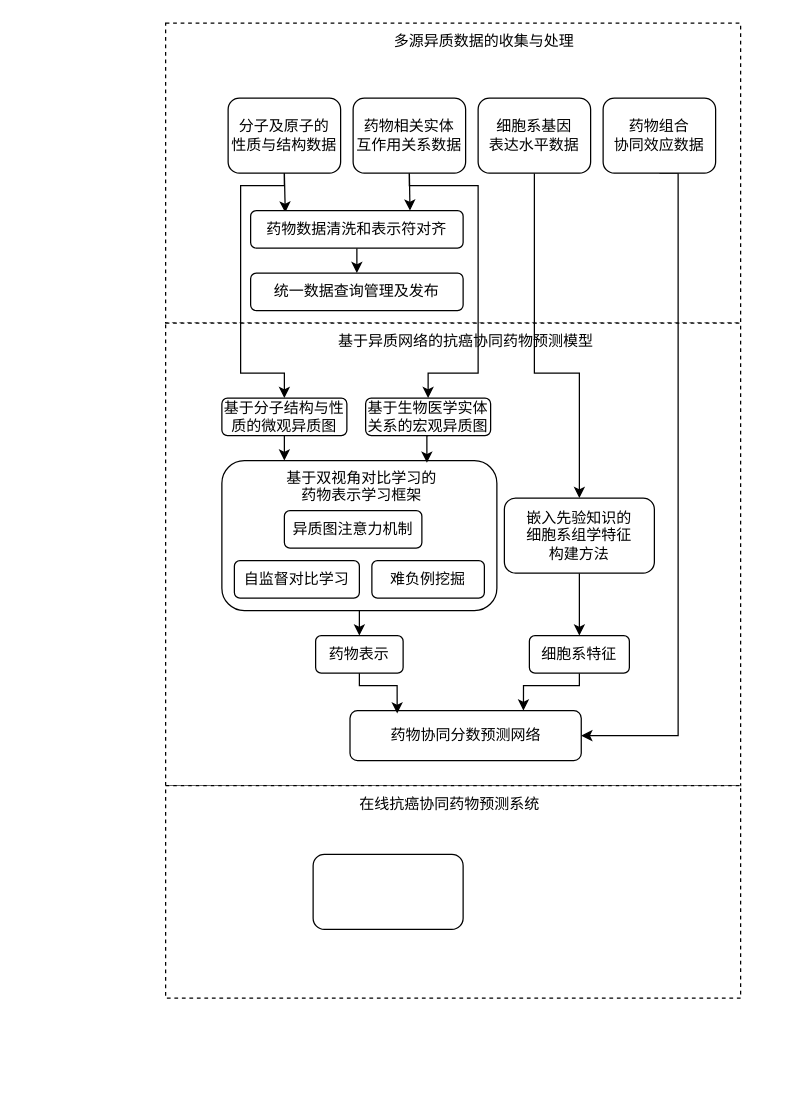
This is 总体框架.drawio from herobrine1010/HetBiSyn, a draw.io file, before an edit. Source tidied: cells renumbered, new cells numbered last; positions are measured from the earlier drawing's top-left corner, leaving out a move shared by most shapes. Both pictures are drawn from the tidied source at 125%, with x=0, y=0 at pixel (165, 22).
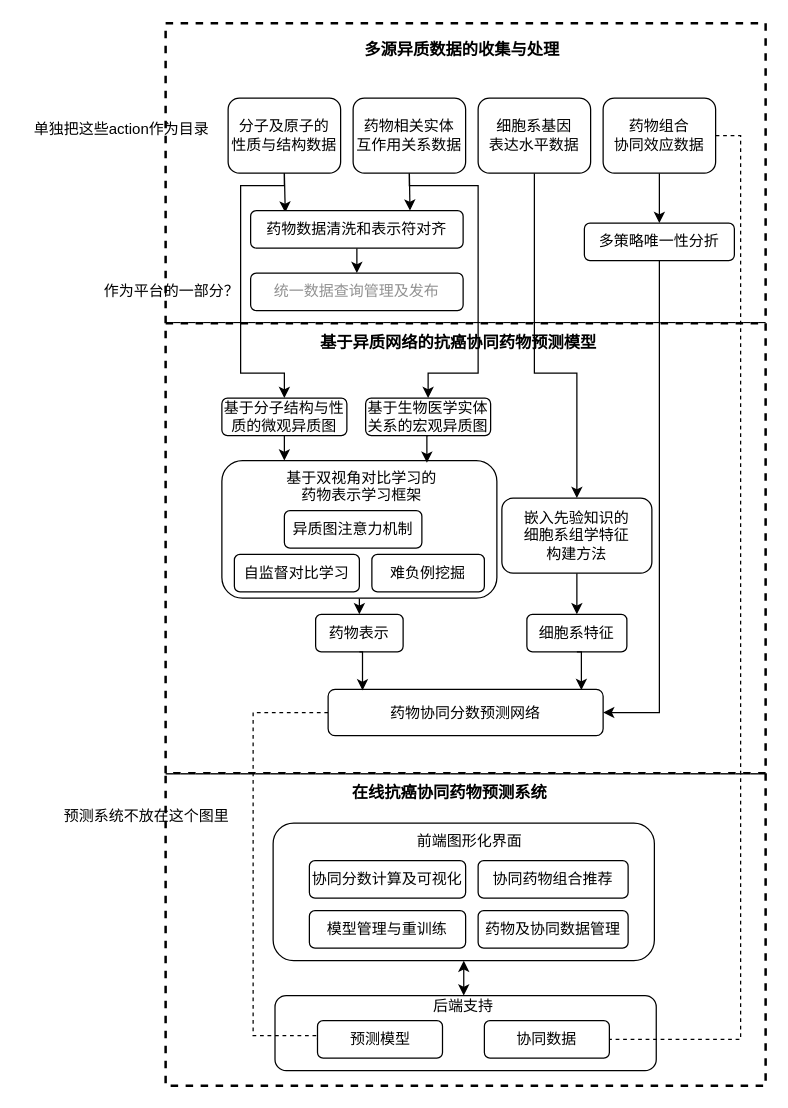
The same page after the edit.

Commit message:
更新总体框架.drawio

Unchanged cells that the change refers to:
```xml
<mxCell id="22" value="细胞系基因&lt;div&gt;表达水平数据&lt;/div&gt;" style="rounded=1;whiteSpace=wrap;html=1;" parent="1" vertex="1">
  <mxGeometry x="250" y="60" width="90" height="60" as="geometry" />
</mxCell>
<mxCell id="24" value="药物组合&lt;div&gt;协同&lt;span style=&quot;background-color: initial;&quot;&gt;效应数据&lt;/span&gt;&lt;/div&gt;" style="rounded=1;whiteSpace=wrap;html=1;" parent="1" vertex="1">
  <mxGeometry x="350" y="60" width="90" height="60" as="geometry" />
</mxCell>
```

What changed in the source:
```diff
@@
+    <mxCell id="36" style="rounded=0;whiteSpace=wrap;html=1;dashed=1;strokeWidth=2;" parent="1" vertex="1">
+      <mxGeometry y="600" width="480" height="250" as="geometry" />
+    </mxCell>
+    <mxCell id="39" style="rounded=1;whiteSpace=wrap;html=1;" parent="1" vertex="1">
+      <mxGeometry x="87.5" y="778" width="305" height="60" as="geometry" />
+    </mxCell>
-    <mxCell id="2" style="rounded=0;whiteSpace=wrap;html=1;dashed=1;" parent="1" vertex="1">
-      <mxGeometry width="460" height="240" as="geometry" />
+    <mxCell id="2" style="rounded=0;whiteSpace=wrap;html=1;dashed=1;strokeWidth=2;strokeColor=default;" parent="1" vertex="1">
+      <mxGeometry width="480" height="240" as="geometry" />
     </mxCell>
-    <mxCell id="3" value="多源异质数据的收集与处理" style="text;html=1;align=center;verticalAlign=middle;whiteSpace=wrap;rounded=0;" parent="1" vertex="1">
-      <mxGeometry x="180" width="150" height="30" as="geometry" />
+    <mxCell id="3" value="多源异质数据的收集与处理" style="text;html=1;align=center;verticalAlign=middle;whiteSpace=wrap;rounded=0;fontStyle=1;fontSize=13;" parent="1" vertex="1">
+      <mxGeometry x="150" y="6" width="175" height="30" as="geometry" />
     </mxCell>
-    <mxCell id="4" style="rounded=0;whiteSpace=wrap;html=1;dashed=1;" parent="1" vertex="1">
-      <mxGeometry y="240" width="460" height="370" as="geometry" />
+    <mxCell id="4" style="rounded=0;whiteSpace=wrap;html=1;dashed=1;strokeWidth=2;" parent="1" vertex="1">
+      <mxGeometry y="240" width="480" height="360" as="geometry" />
     </mxCell>
-    <mxCell id="5" value="基于异质网络的抗癌协同药物预测模型" style="text;html=1;align=center;verticalAlign=middle;whiteSpace=wrap;rounded=0;" parent="1" vertex="1">
-      <mxGeometry x="134.5" y="240" width="211" height="30" as="geometry" />
+    <mxCell id="5" value="基于异质网络的抗癌协同药物预测模型" style="text;html=1;align=center;verticalAlign=middle;whiteSpace=wrap;rounded=0;fontStyle=1;fontSize=13;" parent="1" vertex="1">
+      <mxGeometry x="119" y="240" width="231" height="30" as="geometry" />
     </mxCell>
@@
     <mxCell id="7" style="rounded=1;whiteSpace=wrap;html=1;" parent="1" vertex="1">
-      <mxGeometry x="45" y="350" width="220" height="120" as="geometry" />
+      <mxGeometry x="45" y="350" width="220" height="110" as="geometry" />
     </mxCell>
@@
     <mxCell id="13" value="自监督对比学习" style="rounded=1;whiteSpace=wrap;html=1;" parent="1" vertex="1">
-      <mxGeometry x="55" y="430" width="100" height="30" as="geometry" />
+      <mxGeometry x="55" y="425" width="100" height="30" as="geometry" />
     </mxCell>
     <mxCell id="14" value="难负例挖掘" style="rounded=1;whiteSpace=wrap;html=1;" parent="1" vertex="1">
-      <mxGeometry x="165" y="430" width="90" height="30" as="geometry" />
+      <mxGeometry x="165" y="425" width="90" height="30" as="geometry" />
     </mxCell>
     <mxCell id="15" value="药物表示" style="rounded=1;whiteSpace=wrap;html=1;" parent="1" vertex="1">
-      <mxGeometry x="120" y="490" width="70" height="30" as="geometry" />
+      <mxGeometry x="120" y="473" width="70" height="30" as="geometry" />
     </mxCell>
@@
     <mxCell id="21" style="edgeStyle=orthogonalEdgeStyle;rounded=0;jettySize=auto;html=1;exitX=0.5;exitY=1;exitDx=0;exitDy=0;entryX=0.5;entryY=0;entryDx=0;entryDy=0;" parent="1" edge="1" source="22" target="33">
       <mxGeometry relative="1" as="geometry">
         <Array as="points">
           <mxPoint x="295" y="280" />
-          <mxPoint x="331" y="280" />
+          <mxPoint x="329" y="280" />
         </Array>
       </mxGeometry>
     </mxCell>
@@
-    <mxCell id="23" style="edgeStyle=orthogonalEdgeStyle;rounded=0;jettySize=auto;html=1;exitX=0.5;exitY=1;exitDx=0;exitDy=0;entryX=1;entryY=0.5;entryDx=0;entryDy=0;" parent="1" edge="1" source="24" target="34">
-      <mxGeometry relative="1" as="geometry">
-        <Array as="points">
-          <mxPoint x="410" y="120" />
-          <mxPoint x="410" y="570" />
-        </Array>
-      </mxGeometry>
-    </mxCell>
+    <mxCell id="40" style="edgeStyle=orthogonalEdgeStyle;rounded=0;jettySize=auto;html=1;exitX=0.5;exitY=1;exitDx=0;exitDy=0;entryX=0.5;entryY=0;entryDx=0;entryDy=0;" parent="1" edge="1" source="24" target="44">
+      <mxGeometry relative="1" as="geometry" />
+    </mxCell>
+    <mxCell id="41" style="edgeStyle=orthogonalEdgeStyle;rounded=0;jettySize=auto;html=1;exitX=1;exitY=0.5;exitDx=0;exitDy=0;entryX=1;entryY=0.5;entryDx=0;entryDy=0;startArrow=none;startFill=0;endArrow=none;endFill=0;dashed=1;" parent="1" edge="1" source="24" target="45">
+      <mxGeometry relative="1" as="geometry">
+        <Array as="points">
+          <mxPoint x="460" y="90" />
+          <mxPoint x="460" y="813" />
+        </Array>
+      </mxGeometry>
+    </mxCell>
@@
-    <mxCell id="27" value="统一数据查询管理及发布" style="rounded=1;whiteSpace=wrap;html=1;" parent="1" vertex="1">
+    <mxCell id="27" value="&lt;font color=&quot;#919191&quot;&gt;统一数据查询管理及发布&lt;/font&gt;" style="rounded=1;whiteSpace=wrap;html=1;" parent="1" vertex="1">
       <mxGeometry x="68" y="200" width="170" height="30" as="geometry" />
     </mxCell>
@@
-    <mxCell id="30" style="edgeStyle=orthogonalEdgeStyle;rounded=0;jettySize=auto;html=1;exitX=0.5;exitY=1;exitDx=0;exitDy=0;entryX=0.75;entryY=0;entryDx=0;entryDy=0;" parent="1" edge="1" source="31" target="34">
-      <mxGeometry relative="1" as="geometry">
-        <Array as="points">
-          <mxPoint x="331" y="530" />
-          <mxPoint x="286" y="530" />
-        </Array>
-      </mxGeometry>
-    </mxCell>
     <mxCell id="31" value="细胞系特征" style="rounded=1;whiteSpace=wrap;html=1;" parent="1" vertex="1">
-      <mxGeometry x="291" y="490" width="80" height="30" as="geometry" />
+      <mxGeometry x="289" y="473" width="80" height="30" as="geometry" />
     </mxCell>
@@
     <mxCell id="33" value="嵌入先验知识的&lt;div&gt;细胞系组学特征&lt;/div&gt;&lt;div&gt;构建方法&lt;/div&gt;" style="rounded=1;whiteSpace=wrap;html=1;" parent="1" vertex="1">
-      <mxGeometry x="271" y="380" width="120" height="60" as="geometry" />
+      <mxGeometry x="269" y="380" width="120" height="60" as="geometry" />
     </mxCell>
+    <mxCell id="42" style="edgeStyle=orthogonalEdgeStyle;rounded=0;jettySize=auto;html=1;exitX=0;exitY=0.5;exitDx=0;exitDy=0;entryX=0;entryY=0.5;entryDx=0;entryDy=0;endArrow=none;endFill=0;dashed=1;" parent="1" edge="1" source="34" target="38">
+      <mxGeometry relative="1" as="geometry">
+        <Array as="points">
+          <mxPoint x="70" y="551" />
+          <mxPoint x="70" y="810" />
+          <mxPoint x="121" y="810" />
+        </Array>
+      </mxGeometry>
+    </mxCell>
     <mxCell id="34" value="药物协同分数预测网络" style="rounded=1;whiteSpace=wrap;html=1;" parent="1" vertex="1">
-      <mxGeometry x="147.5" y="550" width="185" height="40" as="geometry" />
+      <mxGeometry x="130" y="533" width="220" height="37" as="geometry" />
     </mxCell>
-    <mxCell id="35" style="edgeStyle=orthogonalEdgeStyle;rounded=0;jettySize=auto;html=1;exitX=0.5;exitY=1;exitDx=0;exitDy=0;entryX=0.204;entryY=0.056;entryDx=0;entryDy=0;entryPerimeter=0;" parent="1" edge="1" source="15" target="34">
-      <mxGeometry relative="1" as="geometry">
-        <Array as="points">
-          <mxPoint x="155" y="530" />
-          <mxPoint x="185" y="530" />
-        </Array>
-      </mxGeometry>
-    </mxCell>
-    <mxCell id="36" style="rounded=0;whiteSpace=wrap;html=1;dashed=1;" parent="1" vertex="1">
-      <mxGeometry y="610" width="460" height="170" as="geometry" />
-    </mxCell>
-    <mxCell id="37" value="在线抗癌协同药物预测系统" style="text;html=1;align=center;verticalAlign=middle;whiteSpace=wrap;rounded=0;" parent="1" vertex="1">
-      <mxGeometry x="121.5" y="610" width="211" height="30" as="geometry" />
+    <mxCell id="37" value="在线抗癌协同药物预测系统" style="text;html=1;align=center;verticalAlign=middle;whiteSpace=wrap;rounded=0;fontStyle=1;fontSize=13;" parent="1" vertex="1">
+      <mxGeometry x="121.5" y="600" width="211" height="30" as="geometry" />
     </mxCell>
-    <mxCell id="38" style="rounded=1;whiteSpace=wrap;html=1;" parent="1" vertex="1">
-      <mxGeometry x="118" y="665" width="120" height="60" as="geometry" />
+    <mxCell id="38" value="预测模型" style="rounded=1;whiteSpace=wrap;html=1;" parent="1" vertex="1">
+      <mxGeometry x="121.5" y="798" width="100" height="30" as="geometry" />
     </mxCell>
+    <mxCell id="43" style="edgeStyle=orthogonalEdgeStyle;rounded=0;jettySize=auto;html=1;exitX=0.5;exitY=1;exitDx=0;exitDy=0;entryX=1;entryY=0.5;entryDx=0;entryDy=0;" parent="1" edge="1" source="44" target="34">
+      <mxGeometry relative="1" as="geometry" />
+    </mxCell>
+    <mxCell id="44" value="多策略唯一性分折" style="rounded=1;whiteSpace=wrap;html=1;" parent="1" vertex="1">
+      <mxGeometry x="335" y="160" width="120" height="30" as="geometry" />
+    </mxCell>
+    <mxCell id="35" style="edgeStyle=orthogonalEdgeStyle;rounded=0;jettySize=auto;html=1;exitX=0.5;exitY=1;exitDx=0;exitDy=0;entryX=0.125;entryY=0.022;entryDx=0;entryDy=0;entryPerimeter=0;" parent="1" edge="1" source="15" target="34">
+      <mxGeometry relative="1" as="geometry" />
+    </mxCell>
+    <mxCell id="30" style="edgeStyle=orthogonalEdgeStyle;rounded=0;jettySize=auto;html=1;exitX=0.5;exitY=1;exitDx=0;exitDy=0;entryX=0.921;entryY=0.016;entryDx=0;entryDy=0;entryPerimeter=0;" parent="1" edge="1" source="31" target="34">
+      <mxGeometry relative="1" as="geometry" />
+    </mxCell>
+    <mxCell id="45" value="协同数据" style="rounded=1;whiteSpace=wrap;html=1;" parent="1" vertex="1">
+      <mxGeometry x="255" y="798" width="100" height="30" as="geometry" />
+    </mxCell>
+    <mxCell id="46" style="rounded=1;whiteSpace=wrap;html=1;" parent="1" vertex="1">
+      <mxGeometry x="86" y="640" width="305" height="110" as="geometry" />
+    </mxCell>
+    <mxCell id="47" value="协同分数计算及可视化" style="rounded=1;whiteSpace=wrap;html=1;" parent="1" vertex="1">
+      <mxGeometry x="115" y="670" width="125" height="30" as="geometry" />
+    </mxCell>
+    <mxCell id="48" value="协同药物组合推荐" style="rounded=1;whiteSpace=wrap;html=1;" parent="1" vertex="1">
+      <mxGeometry x="250" y="670" width="120" height="30" as="geometry" />
+    </mxCell>
+    <mxCell id="49" value="模型管理与重训练" style="rounded=1;whiteSpace=wrap;html=1;" parent="1" vertex="1">
+      <mxGeometry x="115" y="710" width="125" height="30" as="geometry" />
+    </mxCell>
+    <mxCell id="50" value="药物及协同数据管理" style="rounded=1;whiteSpace=wrap;html=1;" parent="1" vertex="1">
+      <mxGeometry x="250" y="710" width="120" height="30" as="geometry" />
+    </mxCell>
+    <mxCell id="51" value="前端图形化界面" style="text;html=1;align=center;verticalAlign=middle;whiteSpace=wrap;rounded=0;" parent="1" vertex="1">
+      <mxGeometry x="137.5" y="640" width="211" height="30" as="geometry" />
+    </mxCell>
+    <mxCell id="52" value="后端支持" style="text;html=1;align=center;verticalAlign=middle;whiteSpace=wrap;rounded=0;" parent="1" vertex="1">
+      <mxGeometry x="133" y="772" width="211" height="30" as="geometry" />
+    </mxCell>
+    <mxCell id="53" style="edgeStyle=orthogonalEdgeStyle;rounded=0;jettySize=auto;html=1;exitX=0.5;exitY=1;exitDx=0;exitDy=0;entryX=0.5;entryY=0.2;entryDx=0;entryDy=0;entryPerimeter=0;startArrow=classic;startFill=1;" parent="1" edge="1" source="46" target="52">
+      <mxGeometry relative="1" as="geometry" />
+    </mxCell>
+    <mxCell id="54" value="单独把这些action作为目录" style="text;html=1;align=center;verticalAlign=middle;whiteSpace=wrap;rounded=0;" parent="1" vertex="1">
+      <mxGeometry x="-115" y="70" width="160" height="30" as="geometry" />
+    </mxCell>
+    <mxCell id="55" value="作为平台的一部分？" style="text;html=1;align=center;verticalAlign=middle;whiteSpace=wrap;rounded=0;" parent="1" vertex="1">
+      <mxGeometry x="-60" y="200" width="130" height="30" as="geometry" />
+    </mxCell>
+    <mxCell id="56" value="预测系统不放在这个图里" style="text;html=1;align=center;verticalAlign=middle;whiteSpace=wrap;rounded=0;" parent="1" vertex="1">
+      <mxGeometry x="-85" y="620" width="140" height="30" as="geometry" />
+    </mxCell>
```
